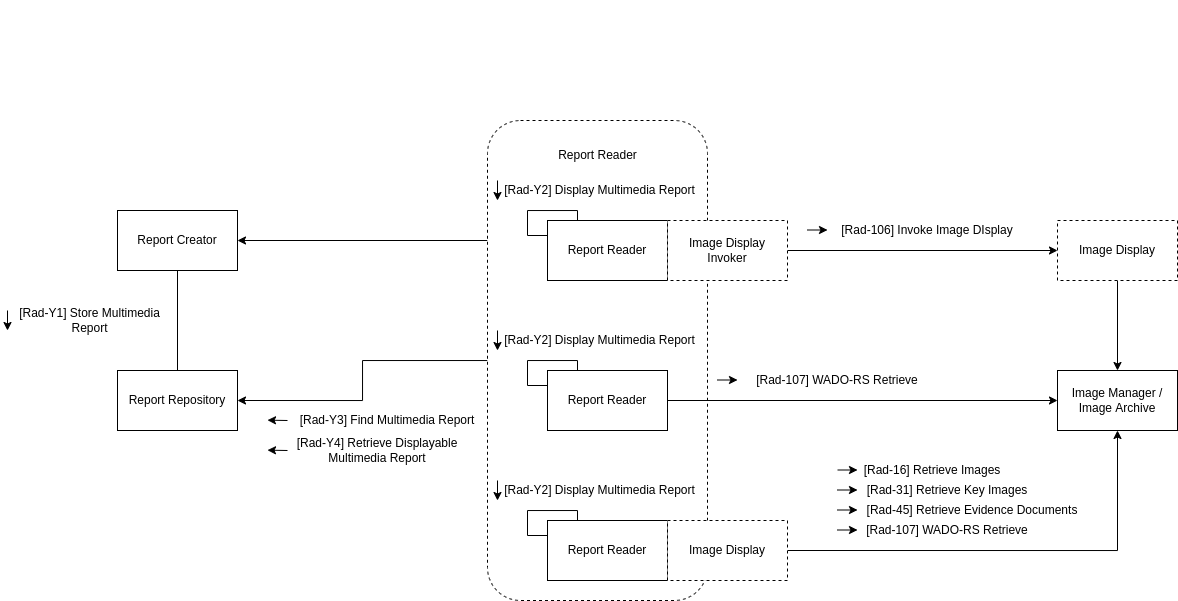
IHE/RAD.IMR keeps this draw.io diagram as input/images/IHE_IMR_actor.drawio.png. Above is the earlier version. Source tidied: cells renumbered, new cells last; positions are measured from the earlier drawing's top-left corner, leaving out a move shared by most shapes.
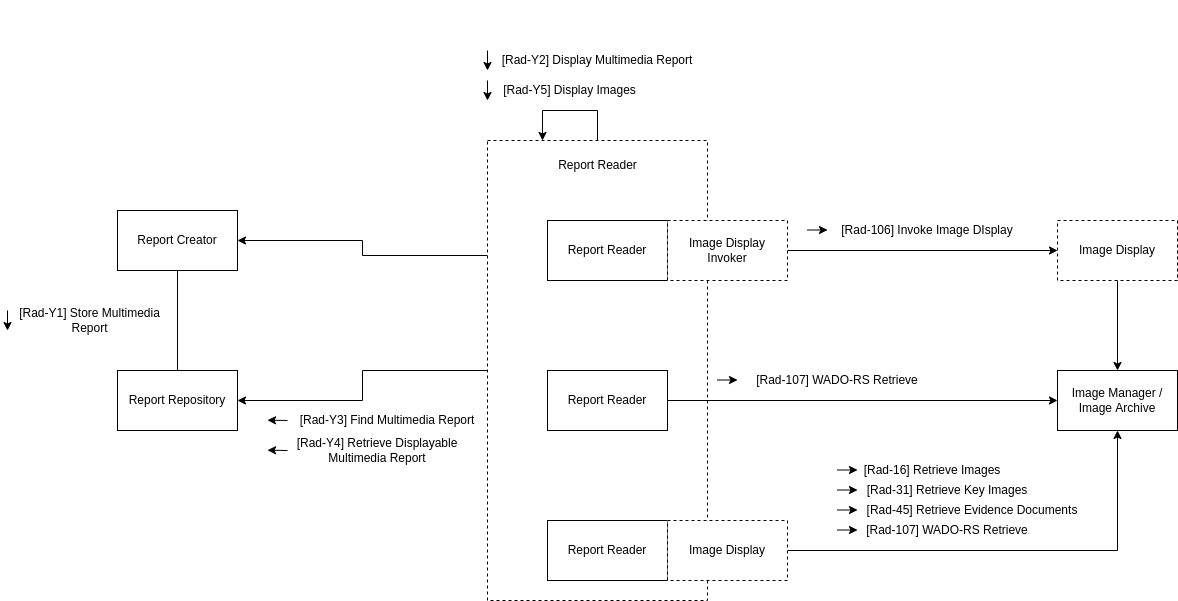
After the change.

Commit message:
Refactor RAD-Y2 to have only Display Report. Move the grouped actor requirements to Vol1. Add RAD-Y5 for Display Images.

Diff of the diagram source:
```diff
@@ -8,8 +8,8 @@
     <mxCell id="3" style="edgeStyle=orthogonalEdgeStyle;rounded=0;jettySize=auto;html=1;exitX=0;exitY=0.25;exitDx=0;exitDy=0;entryX=1;entryY=0.5;entryDx=0;entryDy=0;" parent="1" edge="1" source="4" target="6">
       <mxGeometry relative="1" as="geometry" />
     </mxCell>
-    <mxCell id="4" style="rounded=1;whiteSpace=wrap;html=1;dashed=1;" parent="1" vertex="1">
-      <mxGeometry x="480" y="120" width="220" height="480" as="geometry" />
+    <mxCell id="4" style="rounded=0;whiteSpace=wrap;html=1;dashed=1;" parent="1" vertex="1">
+      <mxGeometry x="480" y="140" width="220" height="460" as="geometry" />
     </mxCell>
     <mxCell id="5" style="edgeStyle=orthogonalEdgeStyle;rounded=0;jettySize=auto;html=1;entryX=0.5;entryY=0;entryDx=0;entryDy=0;endArrow=none;endFill=0;" parent="1" edge="1" source="6" target="8">
       <mxGeometry relative="1" as="geometry" />
@@ -23,20 +23,11 @@
     <mxCell id="8" value="Report Repository" style="rounded=0;whiteSpace=wrap;html=1;" parent="1" vertex="1">
       <mxGeometry x="110" y="370" width="120" height="60" as="geometry" />
     </mxCell>
-    <mxCell id="9" style="edgeStyle=orthogonalEdgeStyle;rounded=0;orthogonalLoop=1;jettySize=auto;html=1;exitX=0.25;exitY=0;exitDx=0;exitDy=0;entryX=0;entryY=0.25;entryDx=0;entryDy=0;endArrow=none;endFill=0;" parent="1" edge="1" source="7" target="7">
-      <mxGeometry relative="1" as="geometry">
-        <Array as="points">
-          <mxPoint x="570" y="210" />
-          <mxPoint x="520" y="210" />
-          <mxPoint x="520" y="235" />
-        </Array>
-      </mxGeometry>
-    </mxCell>
     <mxCell id="10" style="group;" parent="1" vertex="1">
-      <mxGeometry x="490" y="180" width="200" height="20" as="geometry" />
+      <mxGeometry x="480" y="50" width="200" height="20" as="geometry" />
     </mxCell>
     <mxCell id="11" value="[Rad-Y2] Display Multimedia Report" style="text;html=1;strokeColor=none;fillColor=none;align=center;verticalAlign=middle;whiteSpace=wrap;rounded=0;" parent="10" vertex="1">
-      <mxGeometry x="5" width="195" height="20" as="geometry" />
+      <mxGeometry x="10" width="200" height="20" as="geometry" />
     </mxCell>
     <mxCell id="12" style="endArrow=classic;html=1;" parent="10" edge="1">
       <mxGeometry relative="1" as="geometry">
@@ -77,27 +68,6 @@
     <mxCell id="22" value="Report Reader" style="rounded=0;whiteSpace=wrap;html=1;" parent="1" vertex="1">
       <mxGeometry x="540" y="370" width="120" height="60" as="geometry" />
     </mxCell>
-    <mxCell id="23" style="edgeStyle=orthogonalEdgeStyle;rounded=0;orthogonalLoop=1;jettySize=auto;html=1;exitX=0.25;exitY=0;exitDx=0;exitDy=0;entryX=0;entryY=0.25;entryDx=0;entryDy=0;endArrow=none;endFill=0;" parent="1" edge="1" source="22" target="22">
-      <mxGeometry relative="1" as="geometry">
-        <Array as="points">
-          <mxPoint x="570" y="360" />
-          <mxPoint x="520" y="360" />
-          <mxPoint x="520" y="385" />
-        </Array>
-      </mxGeometry>
-    </mxCell>
-    <mxCell id="24" style="group;" parent="1" vertex="1">
-      <mxGeometry x="490" y="330" width="200" height="20" as="geometry" />
-    </mxCell>
-    <mxCell id="25" value="[Rad-Y2] Display Multimedia Report" style="text;html=1;strokeColor=none;fillColor=none;align=center;verticalAlign=middle;whiteSpace=wrap;rounded=0;" parent="24" vertex="1">
-      <mxGeometry x="5" width="195" height="20" as="geometry" />
-    </mxCell>
-    <mxCell id="26" style="endArrow=classic;html=1;" parent="24" edge="1">
-      <mxGeometry relative="1" as="geometry">
-        <mxPoint as="sourcePoint" />
-        <mxPoint y="20" as="targetPoint" />
-      </mxGeometry>
-    </mxCell>
     <mxCell id="27" style="group;" parent="1" vertex="1">
       <mxGeometry x="710" y="370" width="220" height="20" as="geometry" />
     </mxCell>
@@ -113,27 +83,6 @@
     <mxCell id="30" value="Report Reader" style="rounded=0;whiteSpace=wrap;html=1;" parent="1" vertex="1">
       <mxGeometry x="540" y="520" width="120" height="60" as="geometry" />
     </mxCell>
-    <mxCell id="31" style="edgeStyle=orthogonalEdgeStyle;rounded=0;orthogonalLoop=1;jettySize=auto;html=1;exitX=0.25;exitY=0;exitDx=0;exitDy=0;entryX=0;entryY=0.25;entryDx=0;entryDy=0;endArrow=none;endFill=0;" parent="1" edge="1" source="30" target="30">
-      <mxGeometry relative="1" as="geometry">
-        <Array as="points">
-          <mxPoint x="570" y="510" />
-          <mxPoint x="520" y="510" />
-          <mxPoint x="520" y="535" />
-        </Array>
-      </mxGeometry>
-    </mxCell>
-    <mxCell id="32" style="group;" parent="1" vertex="1">
-      <mxGeometry x="490" y="480" width="200" height="20" as="geometry" />
-    </mxCell>
-    <mxCell id="33" value="[Rad-Y2] Display Multimedia Report" style="text;html=1;strokeColor=none;fillColor=none;align=center;verticalAlign=middle;whiteSpace=wrap;rounded=0;" parent="32" vertex="1">
-      <mxGeometry x="5" width="195" height="20" as="geometry" />
-    </mxCell>
-    <mxCell id="34" style="endArrow=classic;html=1;" parent="32" edge="1">
-      <mxGeometry relative="1" as="geometry">
-        <mxPoint as="sourcePoint" />
-        <mxPoint y="20" as="targetPoint" />
-      </mxGeometry>
-    </mxCell>
     <mxCell id="35" style="edgeStyle=orthogonalEdgeStyle;rounded=0;jettySize=auto;html=1;exitX=1;exitY=0.5;exitDx=0;exitDy=0;entryX=0.5;entryY=1;entryDx=0;entryDy=0;" parent="1" edge="1" source="36" target="13">
       <mxGeometry relative="1" as="geometry" />
     </mxCell>
@@ -197,9 +146,6 @@
         <mxPoint y="9.7" as="targetPoint" />
       </mxGeometry>
     </mxCell>
-    <mxCell id="51" value="[Rad-Y3] Find Multimedia Report" style="text;html=1;strokeColor=none;fillColor=none;align=center;verticalAlign=middle;whiteSpace=wrap;rounded=0;" parent="49" vertex="1">
-      <mxGeometry x="30" width="180" height="20" as="geometry" />
-    </mxCell>
     <mxCell id="52" style="group;" parent="1" vertex="1">
       <mxGeometry x="140" width="340" height="460" as="geometry" />
     </mxCell>
@@ -215,8 +161,11 @@
     <mxCell id="55" value="[Rad-Y4] Retrieve Displayable Multimedia Report" style="text;html=1;strokeColor=none;fillColor=none;align=center;verticalAlign=middle;whiteSpace=wrap;rounded=0;" parent="53" vertex="1">
       <mxGeometry width="220" height="20" as="geometry" />
     </mxCell>
+    <mxCell id="51" value="[Rad-Y3] Find Multimedia Report" style="text;html=1;strokeColor=none;fillColor=none;align=center;verticalAlign=middle;whiteSpace=wrap;rounded=0;" parent="52" vertex="1">
+      <mxGeometry x="150" y="410" width="180" height="20" as="geometry" />
+    </mxCell>
     <mxCell id="56" value="Report Reader" style="text;html=1;strokeColor=none;fillColor=none;align=center;verticalAlign=middle;whiteSpace=wrap;rounded=0;dashed=1;" parent="1" vertex="1">
-      <mxGeometry x="532.5" y="140" width="115" height="30" as="geometry" />
+      <mxGeometry x="532.5" y="150" width="115" height="30" as="geometry" />
     </mxCell>
     <mxCell id="57" style="group;" parent="1" vertex="1">
       <mxGeometry x="830" y="460" width="250" height="20" as="geometry" />
@@ -230,5 +179,25 @@
         <mxPoint x="20" y="9.5" as="targetPoint" />
       </mxGeometry>
     </mxCell>
+    <mxCell id="60" style="edgeStyle=orthogonalEdgeStyle;rounded=0;orthogonalLoop=1;jettySize=auto;html=1;exitX=0.5;exitY=0;exitDx=0;exitDy=0;entryX=0.25;entryY=0;entryDx=0;entryDy=0;" parent="1" edge="1" source="4" target="4">
+      <mxGeometry relative="1" as="geometry">
+        <Array as="points">
+          <mxPoint x="590" y="110" />
+          <mxPoint x="535" y="110" />
+        </Array>
+      </mxGeometry>
+    </mxCell>
+    <mxCell id="61" style="group;" parent="1" vertex="1">
+      <mxGeometry x="480" y="80" width="200" height="20" as="geometry" />
+    </mxCell>
+    <mxCell id="62" value="[Rad-Y5] Display Images" style="text;html=1;strokeColor=none;fillColor=none;align=center;verticalAlign=middle;whiteSpace=wrap;rounded=0;" parent="61" vertex="1">
+      <mxGeometry x="10" width="145" height="20" as="geometry" />
+    </mxCell>
+    <mxCell id="63" style="endArrow=classic;html=1;" parent="61" edge="1">
+      <mxGeometry relative="1" as="geometry">
+        <mxPoint as="sourcePoint" />
+        <mxPoint y="20" as="targetPoint" />
+      </mxGeometry>
+    </mxCell>
   </root>
 </mxGraphModel>
```
